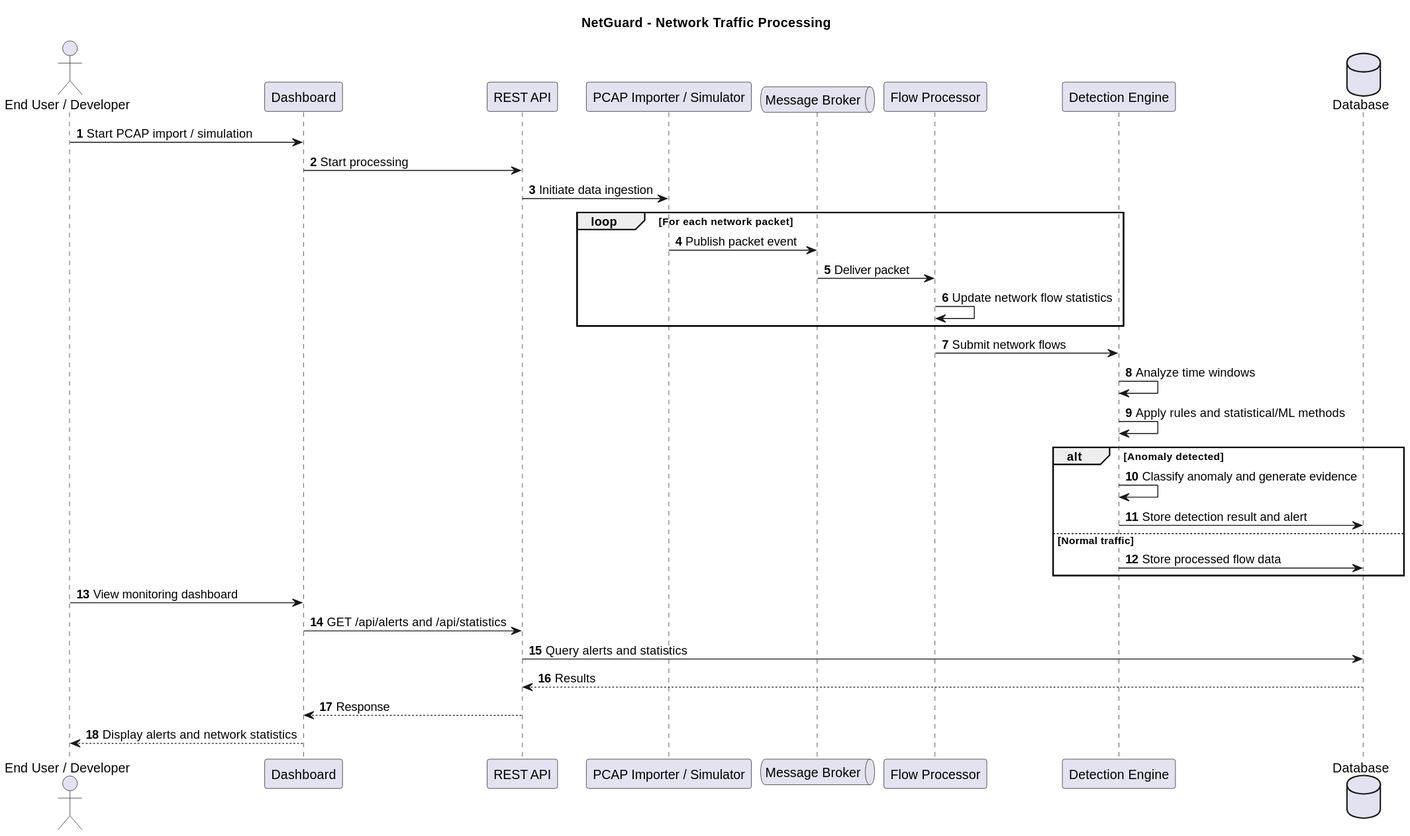
k1borg32/Netguard keeps this PlantUML diagram as Docs/VisionDoccument/diagrams/network_processing_sequence_diagram.svg. Above is the earlier version.
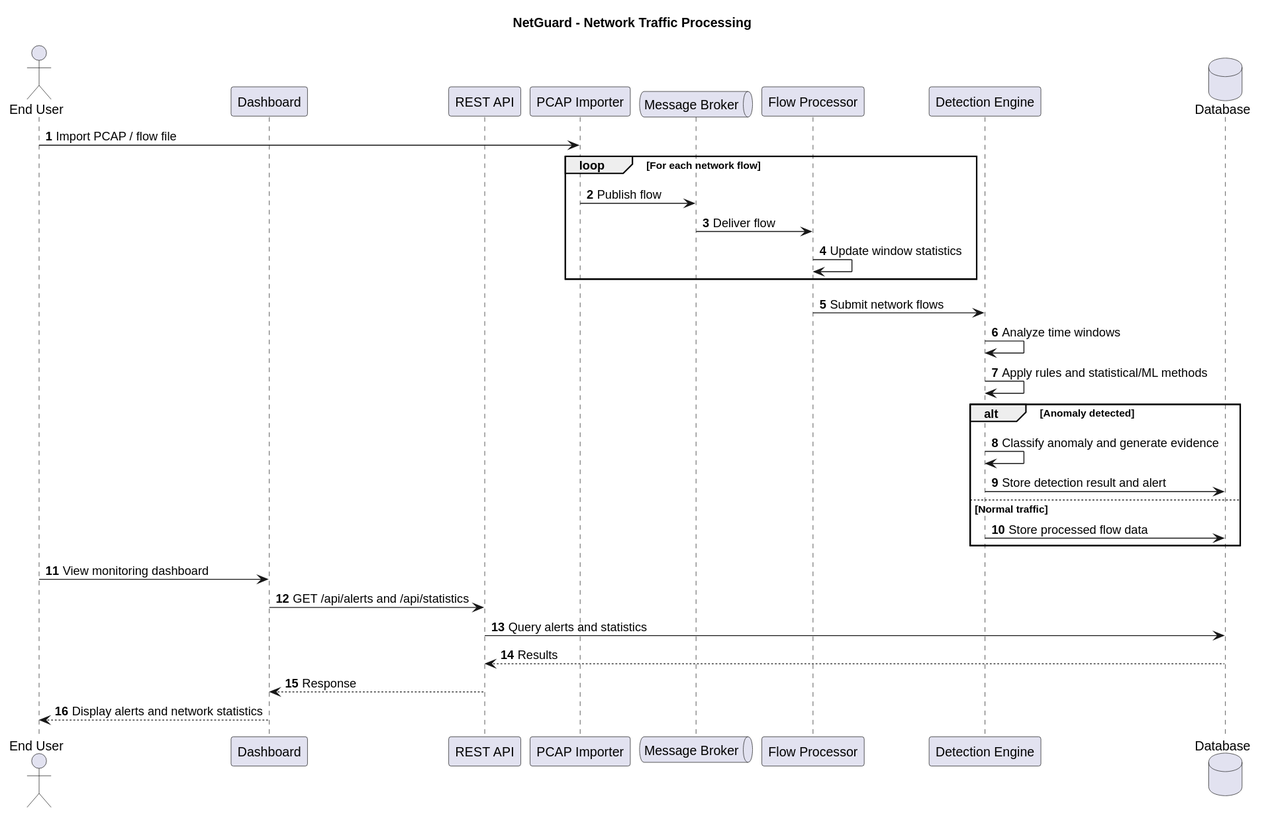
Later version of the same file.

Commit message:
Vision v1.2, test plan v0.4 and work schedule after the simulator was dropped

Diff of the diagram source:
```diff
@@ -3,23 +3,21 @@
 
 autonumber
 
-actor "End User / Developer" as User
+actor "End User" as User
 participant "Dashboard" as UI
 participant "REST API" as API
-participant "PCAP Importer / Simulator" as Source
+participant "PCAP Importer" as Source
 queue "Message Broker" as Broker
 participant "Flow Processor" as Processor
 participant "Detection Engine" as Detector
 database "Database" as DB
 
-User -> UI: Start PCAP import / simulation
-UI -> API: Start processing
-API -> Source: Initiate data ingestion
+User -> Source: Import PCAP / flow file
 
-loop For each network packet
-    Source -> Broker: Publish packet event
-    Broker -> Processor: Deliver packet
-    Processor -> Processor: Update network flow statistics
+loop For each network flow
+    Source -> Broker: Publish flow
+    Broker -> Processor: Deliver flow
+    Processor -> Processor: Update window statistics
 end
 
 Processor -> Detector: Submit network flows
```
